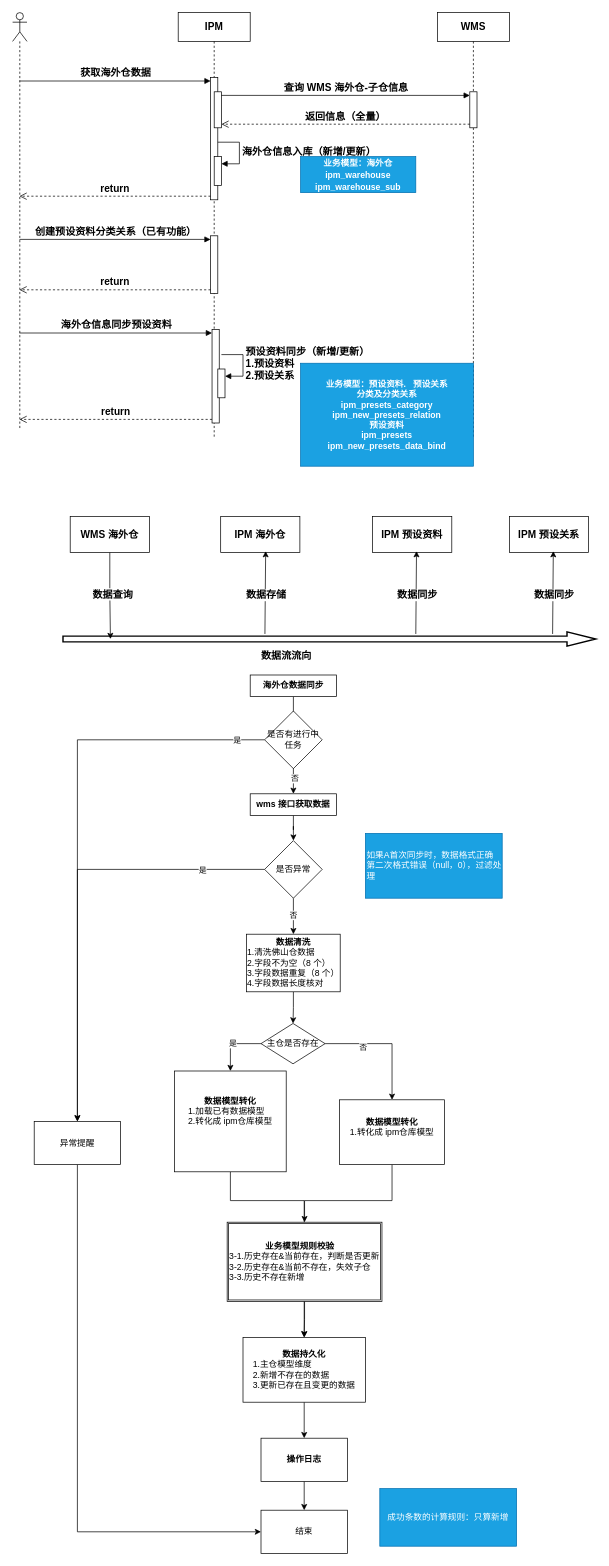
This is shein/海外仓计划.drawio from Msimplehub/abbysun, a draw.io file, before an edit. Source tidied: cells renumbered, new cells numbered last; positions are measured from the earlier drawing's top-left corner, leaving out a move shared by most shapes. Both pictures are drawn from the tidied source at 72%, with x=0, y=0 at pixel (12, 12).
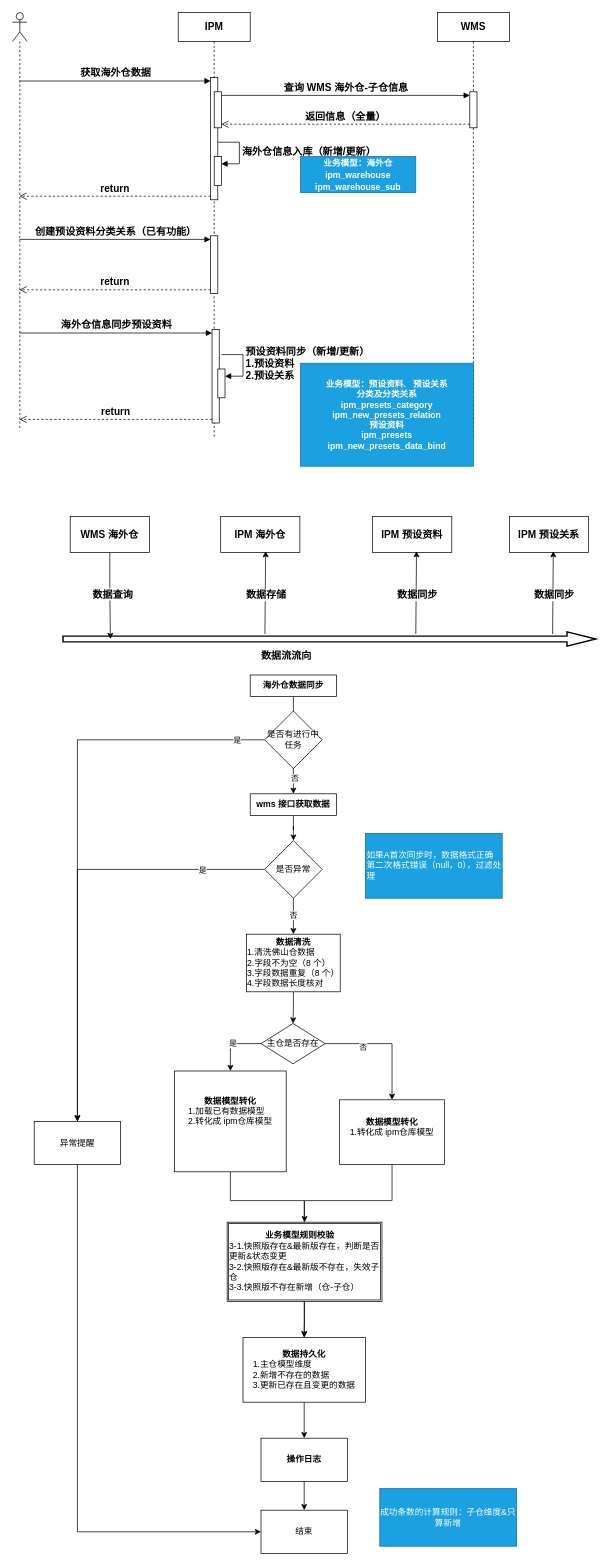
Above is the later version.

Commit message:
更新海外仓计划.drawio

What changed in the source:
```diff
@@
-    <mxCell id="67" value="成功条数的计算规则：只算新增" style="rounded=0;whiteSpace=wrap;html=1;fillColor=#1ba1e2;fontColor=#ffffff;strokeColor=#006EAF;" parent="1" vertex="1">
+    <mxCell id="67" value="成功条数的计算规则：子仓维度&amp;amp;只算新增" style="rounded=0;whiteSpace=wrap;html=1;fillColor=#1ba1e2;fontColor=#ffffff;strokeColor=#006EAF;" parent="1" vertex="1">
       <mxGeometry x="510" y="2050" width="190" height="80" as="geometry" />
     </mxCell>
@@
-    <mxCell id="69" value="&lt;div style=&quot;text-align: left;&quot;&gt;&lt;b&gt;&amp;nbsp; &amp;nbsp; &amp;nbsp; &amp;nbsp; &amp;nbsp; &amp;nbsp; &amp;nbsp; &amp;nbsp;业务模型规则校验&lt;/b&gt;&lt;/div&gt;&lt;div style=&quot;text-align: left;&quot;&gt;3-1.历史存在&amp;amp;当前存在，判断是否更新&lt;/div&gt;&lt;div style=&quot;text-align: left;&quot;&gt;3-2.历史存在&amp;amp;当前不存在，失效子仓&lt;/div&gt;&lt;div style=&quot;text-align: left;&quot;&gt;3-3.历史不存在新增&lt;/div&gt;" style="shape=ext;double=1;rounded=0;whiteSpace=wrap;html=1;" parent="1" vertex="1">
+    <mxCell id="69" value="&lt;div style=&quot;text-align: left;&quot;&gt;&lt;b&gt;&amp;nbsp; &amp;nbsp; &amp;nbsp; &amp;nbsp; &amp;nbsp; &amp;nbsp; &amp;nbsp; &amp;nbsp;业务模型规则校验&lt;/b&gt;&lt;/div&gt;&lt;div style=&quot;text-align: left;&quot;&gt;3-1.快照版存在&amp;amp;最新版存在，判断是否更新&amp;amp;状态变更&lt;/div&gt;&lt;div style=&quot;text-align: left;&quot;&gt;3-2.快照版存在&amp;amp;最新版不存在，失效子仓&lt;/div&gt;&lt;div style=&quot;text-align: left;&quot;&gt;3-3.快照版不存在新增（仓-子仓）&lt;/div&gt;" style="shape=ext;double=1;rounded=0;whiteSpace=wrap;html=1;" parent="1" vertex="1">
       <mxGeometry x="298" y="1680" width="215" height="110" as="geometry" />
     </mxCell>
```
